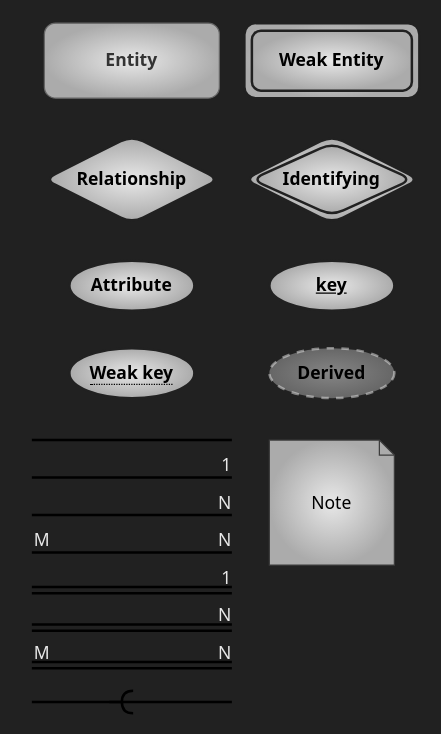
The draw.io diagram er.drawio in kntu-db/quera-db, before the edit. Source tidied: cells renumbered, new cells numbered last; positions are measured from the earlier drawing's top-left corner, leaving out a move shared by most shapes. Both pictures are drawn from the tidied source at 125%, with x=0, y=0 at pixel (31, 22).
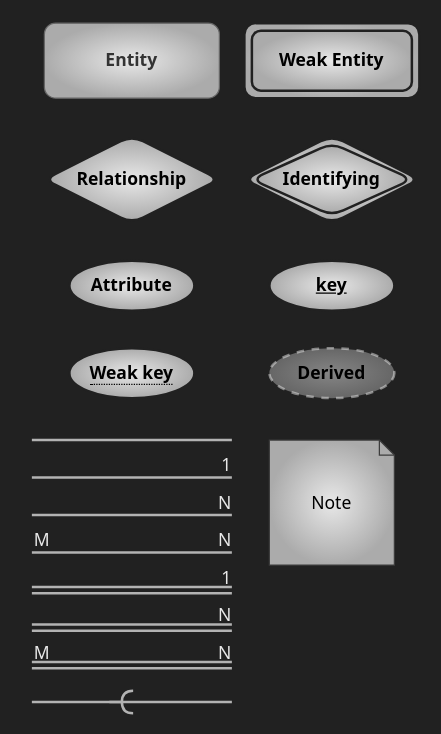
The same page after the edit.

Commit message:
Fix template edge colorsFix template edge colors

The change refers to these unchanged cells:
```xml
<mxCell id="26" style="group;" parent="1" vertex="1">
  <mxGeometry y="543" width="160" as="geometry" />
</mxCell>
```

What changed in the source:
```diff
@@
-    <mxCell id="11" style="endArrow=none;html=1;rounded=1;fontFamily=Tahoma;fontSize=14;fontColor=#000000;strokeWidth=2;sketch=0;shadow=0;" parent="1" edge="1">
+    <mxCell id="11" style="endArrow=none;html=1;rounded=1;fontFamily=Tahoma;fontSize=14;fontColor=#000000;strokeWidth=2;sketch=0;shadow=0;fillColor=none;strokeColor=#B3B3B3;" parent="1" edge="1">
       <mxGeometry relative="1" as="geometry">
         <mxPoint y="333.5" as="sourcePoint" />
         <mxPoint x="160" y="333.5" as="targetPoint" />
       </mxGeometry>
     </mxCell>
-    <mxCell id="12" style="endArrow=none;html=1;rounded=0;shadow=0;sketch=0;fontFamily=Tahoma;fontSize=14;fontColor=#E8E8E8;strokeWidth=2;" parent="1" edge="1">
+    <mxCell id="12" style="endArrow=none;html=1;rounded=0;shadow=0;sketch=0;fontFamily=Tahoma;fontSize=14;fontColor=#E8E8E8;strokeWidth=2;fillColor=none;strokeColor=#B3B3B3;" parent="1" edge="1">
       <mxGeometry relative="1" as="geometry">
         <mxPoint y="363.5" as="sourcePoint" />
         <mxPoint x="160" y="363.5" as="targetPoint" />
       </mxGeometry>
     </mxCell>
@@
-    <mxCell id="14" style="endArrow=none;html=1;rounded=0;shadow=0;sketch=0;fontFamily=Tahoma;fontSize=14;fontColor=#E8E8E8;strokeWidth=2;" parent="1" edge="1">
+    <mxCell id="14" style="endArrow=none;html=1;rounded=0;shadow=0;sketch=0;fontFamily=Tahoma;fontSize=14;fontColor=#E8E8E8;strokeWidth=2;fillColor=none;strokeColor=#B3B3B3;" parent="1" edge="1">
       <mxGeometry relative="1" as="geometry">
         <mxPoint y="393.5" as="sourcePoint" />
         <mxPoint x="160" y="393.5" as="targetPoint" />
       </mxGeometry>
     </mxCell>
@@
-    <mxCell id="16" style="endArrow=none;html=1;rounded=0;shadow=0;sketch=0;fontFamily=Tahoma;fontSize=14;fontColor=#E8E8E8;strokeWidth=2;" parent="1" edge="1">
+    <mxCell id="16" style="endArrow=none;html=1;rounded=0;shadow=0;sketch=0;fontFamily=Tahoma;fontSize=14;fontColor=#E8E8E8;strokeWidth=2;fillColor=none;strokeColor=#B3B3B3;" parent="1" edge="1">
       <mxGeometry relative="1" as="geometry">
         <mxPoint y="423.5" as="sourcePoint" />
         <mxPoint x="160" y="423.5" as="targetPoint" />
       </mxGeometry>
     </mxCell>
@@
-    <mxCell id="19" style="shape=link;html=1;rounded=0;shadow=0;sketch=0;fontFamily=Tahoma;fontSize=14;fontColor=#E8E8E8;strokeWidth=2;" parent="1" edge="1">
+    <mxCell id="19" style="shape=link;html=1;rounded=0;shadow=0;sketch=0;fontFamily=Tahoma;fontSize=14;fontColor=#E8E8E8;strokeWidth=2;fillColor=none;strokeColor=#B3B3B3;" parent="1" edge="1">
       <mxGeometry relative="1" as="geometry">
         <mxPoint y="453.5" as="sourcePoint" />
         <mxPoint x="160" y="453.5" as="targetPoint" />
       </mxGeometry>
     </mxCell>
@@
-    <mxCell id="21" style="shape=link;html=1;rounded=0;shadow=0;sketch=0;fontFamily=Tahoma;fontSize=14;fontColor=#E8E8E8;strokeWidth=2;" parent="1" edge="1">
+    <mxCell id="21" style="shape=link;html=1;rounded=0;shadow=0;sketch=0;fontFamily=Tahoma;fontSize=14;fontColor=#E8E8E8;strokeWidth=2;fillColor=none;strokeColor=#B3B3B3;" parent="1" edge="1">
       <mxGeometry relative="1" as="geometry">
         <mxPoint y="483.5" as="sourcePoint" />
         <mxPoint x="160" y="483.5" as="targetPoint" />
       </mxGeometry>
     </mxCell>
@@
-    <mxCell id="23" style="shape=link;html=1;rounded=0;shadow=0;sketch=0;fontFamily=Tahoma;fontSize=14;fontColor=#E8E8E8;strokeWidth=2;" parent="1" edge="1">
+    <mxCell id="23" style="shape=link;html=1;rounded=0;shadow=0;sketch=0;fontFamily=Tahoma;fontSize=14;fontColor=#E8E8E8;strokeWidth=2;fillColor=none;strokeColor=#B3B3B3;" parent="1" edge="1">
       <mxGeometry relative="1" as="geometry">
         <mxPoint y="513.5" as="sourcePoint" />
         <mxPoint x="160" y="513.5" as="targetPoint" />
       </mxGeometry>
     </mxCell>
@@
-    <mxCell id="27" style="endArrow=halfCircle;html=1;rounded=1;fontFamily=Tahoma;fontSize=14;fontColor=#000000;strokeWidth=2;sketch=0;shadow=0;endFill=0;" parent="26" edge="1">
+    <mxCell id="27" style="endArrow=halfCircle;html=1;rounded=1;fontFamily=Tahoma;fontSize=14;fontColor=#000000;strokeWidth=2;sketch=0;shadow=0;endFill=0;fillColor=none;strokeColor=#B3B3B3;" parent="26" edge="1">
       <mxGeometry relative="1" as="geometry">
         <mxPoint as="sourcePoint" />
         <mxPoint x="81" as="targetPoint" />
       </mxGeometry>
     </mxCell>
-    <mxCell id="28" style="endArrow=none;html=1;rounded=1;fontFamily=Tahoma;fontSize=14;fontColor=#000000;strokeWidth=2;sketch=0;shadow=0;" parent="26" edge="1">
+    <mxCell id="28" style="endArrow=none;html=1;rounded=1;fontFamily=Tahoma;fontSize=14;fontColor=#000000;strokeWidth=2;sketch=0;shadow=0;fillColor=none;strokeColor=#B3B3B3;" parent="26" edge="1">
       <mxGeometry relative="1" as="geometry">
         <mxPoint x="62" as="sourcePoint" />
         <mxPoint x="160" as="targetPoint" />
       </mxGeometry>
     </mxCell>
```
